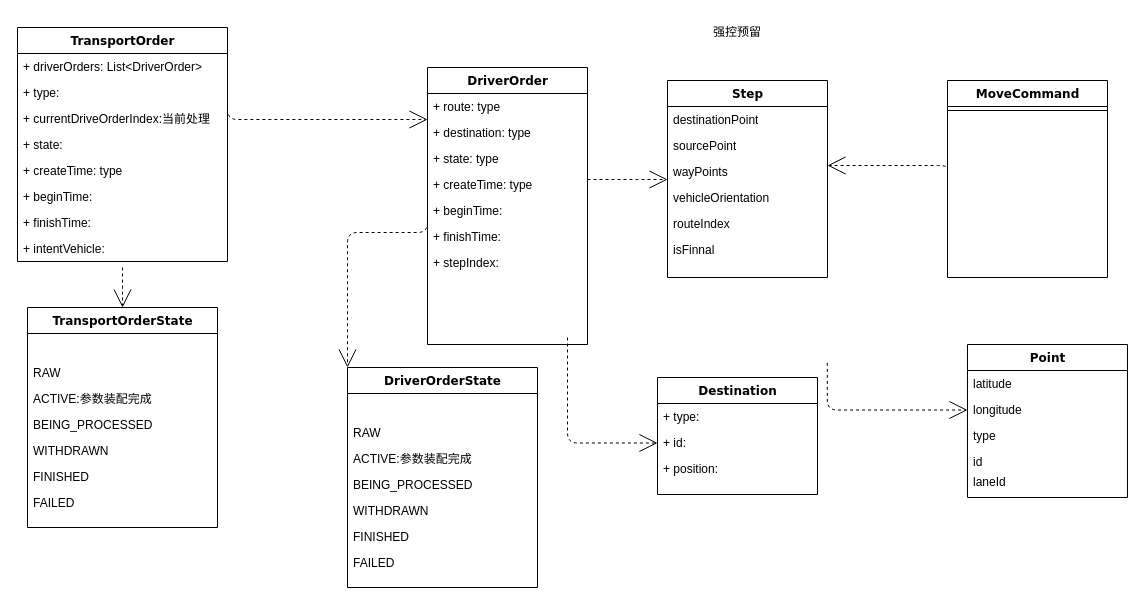
Earlier version of the draw.io diagram 架构/领域类.drawio (c825503724/fms). Source tidied: cells renumbered, new cells numbered last; positions are measured from the earlier drawing's top-left corner, leaving out a move shared by most shapes. Both pictures are drawn from the tidied source at 100%, with x=0, y=0 at pixel (17, 17).
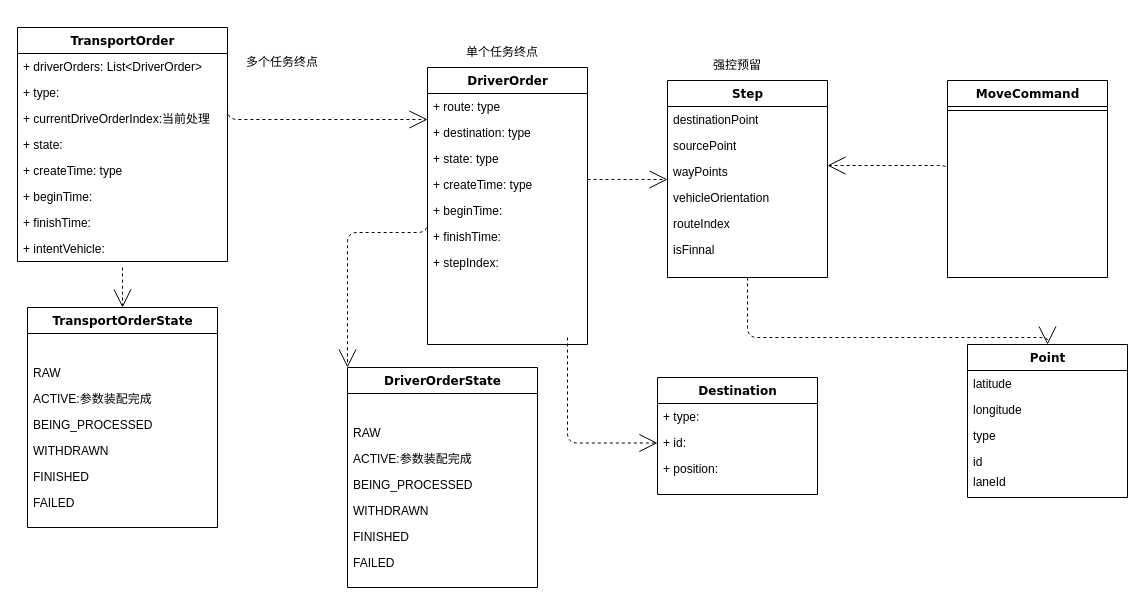
After the change.

Commit message:
更新领域类.drawio

Unchanged cells that the change refers to:
```xml
<mxCell id="21" value="Step" style="swimlane;html=1;fontStyle=1;align=center;verticalAlign=top;horizontal=1;startSize=26;swimlaneFillColor=#ffffff;rounded=0;shadow=0;comic=0;labelBackgroundColor=none;strokeWidth=1;fillColor=none;fontFamily=Verdana;fontSize=12;" parent="1" vertex="1">
  <mxGeometry x="650" y="63" width="160" height="197" as="geometry" />
</mxCell>
<mxCell id="54" value="Point" style="swimlane;html=1;fontStyle=1;align=center;verticalAlign=top;horizontal=1;startSize=26;swimlaneFillColor=#ffffff;rounded=0;shadow=0;comic=0;labelBackgroundColor=none;strokeWidth=1;fillColor=none;fontFamily=Verdana;fontSize=12;" parent="1" vertex="1">
  <mxGeometry x="950" y="327" width="160" height="153" as="geometry" />
</mxCell>
<mxCell id="56" value="longitude" style="text;html=1;strokeColor=none;fillColor=none;align=left;verticalAlign=top;spacingLeft=4;spacingRight=4;whiteSpace=wrap;overflow=hidden;points=[[0,0.5],[1,0.5]];portConstraint=eastwest;" parent="54" vertex="1">
  <mxGeometry y="52" width="160" height="26" as="geometry" />
</mxCell>
```

The edit, as a diff of the source:
```diff
@@
-    <mxCell id="59" style="edgeStyle=elbowEdgeStyle;html=1;labelBackgroundColor=none;startFill=0;startSize=8;endArrow=open;endFill=0;endSize=16;fontFamily=Verdana;fontSize=12;elbow=vertical;dashed=1;entryX=0;entryY=0.5;entryDx=0;entryDy=0;exitX=0.999;exitY=1.079;exitDx=0;exitDy=0;exitPerimeter=0;" parent="1" edge="1" target="56">
+    <mxCell id="59" style="edgeStyle=elbowEdgeStyle;html=1;labelBackgroundColor=none;startFill=0;startSize=8;endArrow=open;endFill=0;endSize=16;fontFamily=Verdana;fontSize=12;elbow=vertical;dashed=1;exitX=0.5;exitY=1;exitDx=0;exitDy=0;" parent="1" edge="1" source="21" target="54">
       <mxGeometry relative="1" as="geometry">
-        <mxPoint x="809.8" y="345.4" as="sourcePoint" />
         <Array as="points">
-          <mxPoint x="870" y="392.5" />
+          <mxPoint x="850" y="320" />
         </Array>
       </mxGeometry>
     </mxCell>
@@
     <mxCell id="61" value="强控预留" style="text;strokeColor=none;align=center;fillColor=none;html=1;verticalAlign=middle;whiteSpace=wrap;rounded=0;" parent="1" vertex="1">
-      <mxGeometry x="690" width="60" height="30" as="geometry" />
+      <mxGeometry x="690" y="33" width="60" height="30" as="geometry" />
     </mxCell>
+    <mxCell id="62" value="多个任务终点" style="text;strokeColor=none;align=center;fillColor=none;html=1;verticalAlign=middle;whiteSpace=wrap;rounded=0;" parent="1" vertex="1">
+      <mxGeometry x="220" y="30" width="90" height="30" as="geometry" />
+    </mxCell>
+    <mxCell id="63" value="单个任务终点" style="text;strokeColor=none;align=center;fillColor=none;html=1;verticalAlign=middle;whiteSpace=wrap;rounded=0;" parent="1" vertex="1">
+      <mxGeometry x="440" y="20" width="90" height="30" as="geometry" />
+    </mxCell>
```
